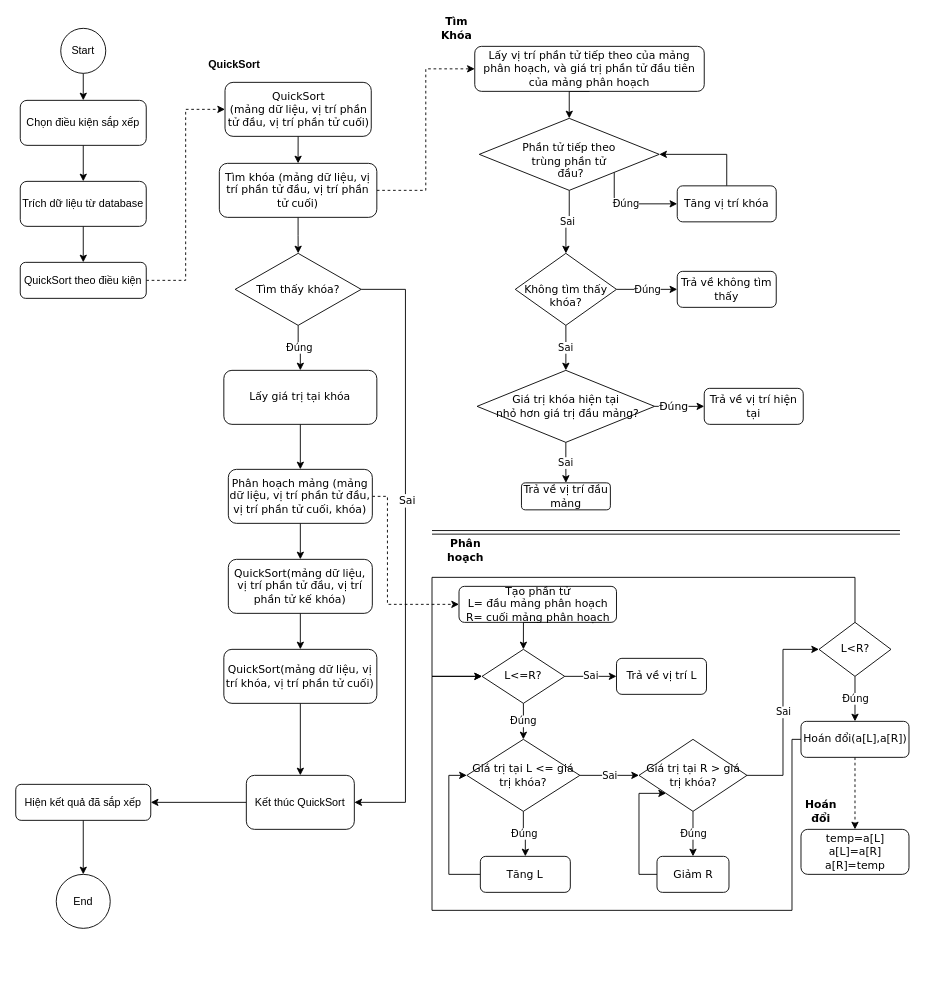
The draw.io diagram page "Filter" (2 of 4) of documents/data-flow/SM.drawio in ngthuongdoan/StudyManagement, before the edit. Source tidied: cells renumbered, new cells numbered last; positions are measured from the earlier drawing's top-left corner, leaving out a move shared by most shapes. Both pictures are drawn from the tidied source at 90%, with x=0, y=0 at pixel (15, 19).
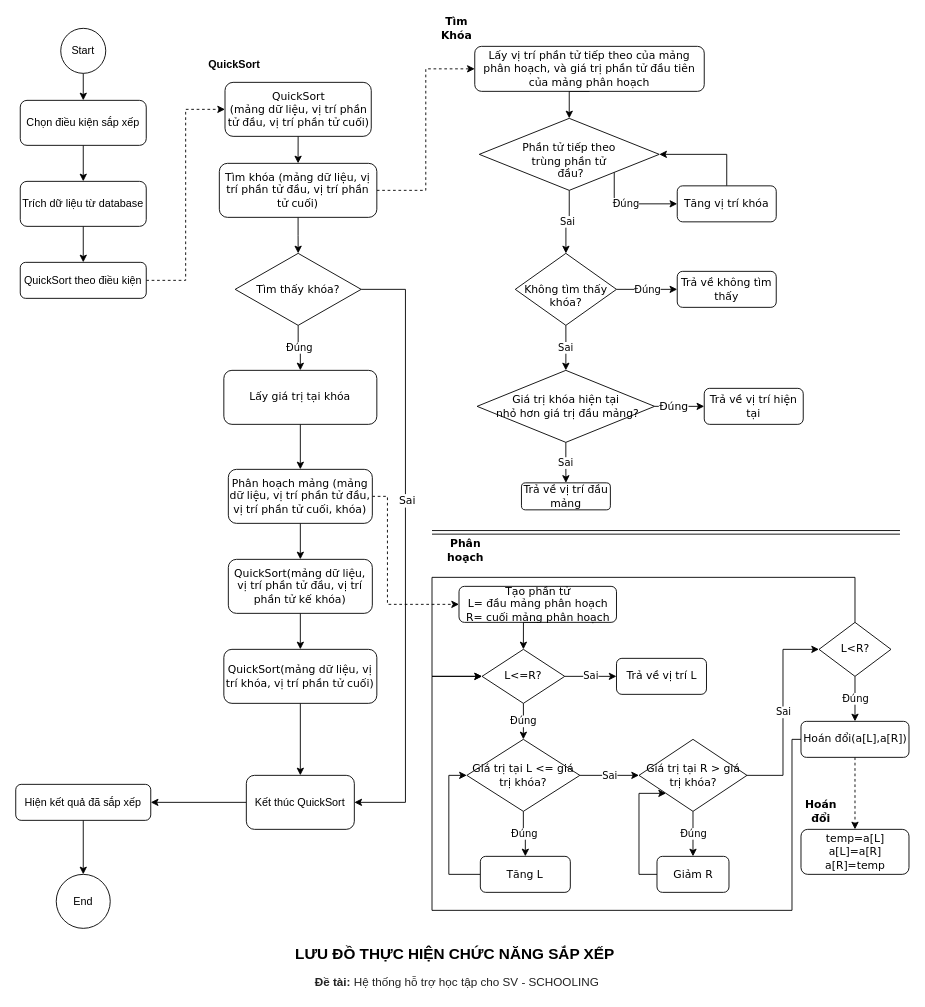
After the change.

Diff of the diagram source:
```diff
@@
+    <mxCell id="79" value="&lt;b&gt;&lt;font style=&quot;font-size: 17px&quot;&gt;LƯU ĐỒ THỰC HIỆN CHỨC NĂNG SẮP XẾP&amp;nbsp;&lt;/font&gt;&lt;/b&gt;" style="text;html=1;strokeColor=none;fillColor=none;align=center;verticalAlign=middle;whiteSpace=wrap;rounded=0;" parent="1" vertex="1">
+      <mxGeometry x="302.5" y="1030" width="375" height="20" as="geometry" />
+    </mxCell>
+    <mxCell id="80" value="&lt;span style=&quot;font-size: small ; color: rgb(34 , 34 , 34) ; font-family: &amp;#34;arial&amp;#34; , &amp;#34;helvetica&amp;#34; , sans-serif ; background-color: rgb(255 , 255 , 255)&quot;&gt;&lt;b&gt;Đề tài:&lt;/b&gt; Hệ thống hỗ trợ học tập cho SV - SCHOOLING&lt;/span&gt;" style="text;html=1;strokeColor=none;fillColor=none;align=center;verticalAlign=middle;whiteSpace=wrap;rounded=0;" parent="1" vertex="1">
+      <mxGeometry x="315.6" y="1060" width="348.8" height="20" as="geometry" />
+    </mxCell>
```
